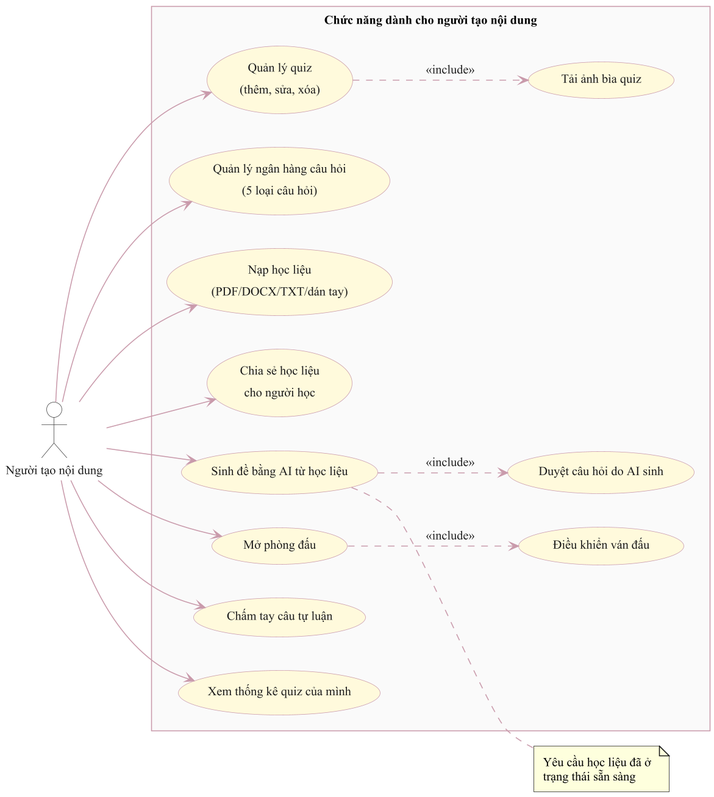
Above: bao-cao-datn/assets/hinh-2.4.png in NguyenDuc2004/QUIZ-TRIVIA (PlantUML), before the change. Source of this version:
```plantuml
@startuml

skinparam dpi 150
skinparam defaultFontName "Times New Roman"
skinparam defaultFontSize 13
skinparam shadowing false
skinparam roundCorner 0
skinparam ArrowColor #C99AAB
skinparam ArrowFontColor #202020
skinparam Padding 4
skinparam ParticipantPadding 18
skinparam BoxPadding 8
skinparam SequenceMessageAlign center
skinparam guillemet false

skinparam usecase {
  BackgroundColor #FFFADC
  BorderColor #C99AAB
  FontColor #1a1a1a
}
skinparam actor {
  BackgroundColor #FFFFFF
  BorderColor #404040
  FontColor #1a1a1a
}
skinparam rectangle {
  BackgroundColor #FAFAFA
  BorderColor #808080
}

skinparam sequence {
  ArrowColor #C99AAB
  ArrowThickness 1
  LifeLineBorderColor #C99AAB
  LifeLineBackgroundColor #FFFFFF
  ParticipantBackgroundColor #FFFADC
  ParticipantBorderColor #C99AAB
  ParticipantFontColor #1a1a1a
  ParticipantFontSize 12
  ActorBackgroundColor #FFFFFF
  ActorBorderColor #404040
  GroupBorderColor #C99AAB
  GroupBackgroundColor #FFF5F8
  BoxBorderColor #C99AAB
}

skinparam class {
  BackgroundColor #FFFADC
  BorderColor #C99AAB
  HeaderBackgroundColor #FFEFC4
  AttributeFontColor #1a1a1a
  FontColor #1a1a1a
  ArrowColor #C99AAB
  AttributeFontSize 12
  FontSize 13
}
skinparam stereotype {
  CBackgroundColor #FFF1A8
  CBorderColor #C99AAB
  EBackgroundColor #FFF1A8
  EBorderColor #C99AAB
  ABackgroundColor #FFF1A8
  ABorderColor #C99AAB
}

left to right direction
actor "Người tạo nội dung" as C
rectangle "Chức năng dành cho người tạo nội dung" {
  usecase "Quản lý quiz\n(thêm, sửa, xóa)" as U1
  usecase "Quản lý ngân hàng câu hỏi\n(5 loại câu hỏi)" as U2
  usecase "Tải ảnh bìa quiz" as U3
  usecase "Nạp học liệu\n(PDF/DOCX/TXT/dán tay)" as U4
  usecase "Chia sẻ học liệu\ncho người học" as U5
  usecase "Sinh đề bằng AI từ học liệu" as U6
  usecase "Duyệt câu hỏi do AI sinh" as U7
  usecase "Mở phòng đấu" as U8
  usecase "Điều khiển ván đấu" as U9
  usecase "Chấm tay câu tự luận" as U10
  usecase "Xem thống kê quiz của mình" as U11
}
C --> U1
C --> U2
C --> U4
C --> U5
C --> U6
C --> U8
C --> U10
C --> U11
U1 ..> U3 : <<include>>
U6 ..> U7 : <<include>>
U8 ..> U9 : <<include>>
note right of U6
  Yêu cầu học liệu đã ở
  trạng thái sẵn sàng
end note
@enduml
```
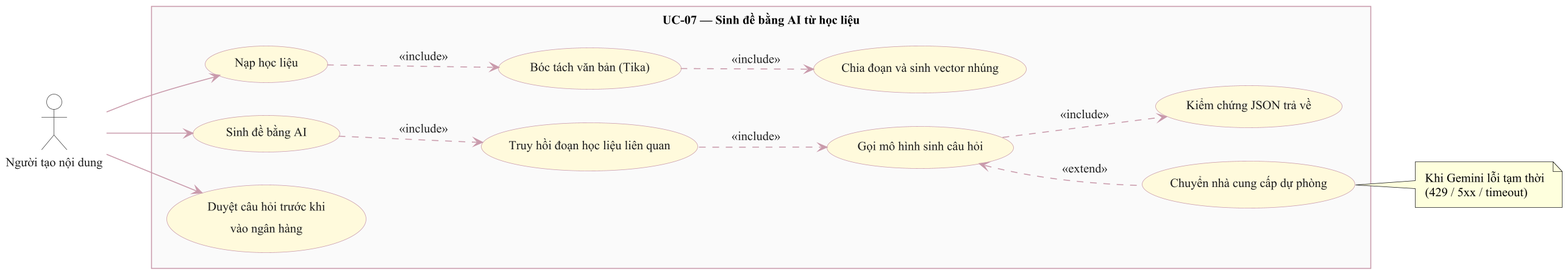
After the commit.

What changed in the source:
```diff
@@ -65,32 +65,28 @@
 
 left to right direction
 actor "Người tạo nội dung" as C
-rectangle "Chức năng dành cho người tạo nội dung" {
-  usecase "Quản lý quiz\n(thêm, sửa, xóa)" as U1
-  usecase "Quản lý ngân hàng câu hỏi\n(5 loại câu hỏi)" as U2
-  usecase "Tải ảnh bìa quiz" as U3
-  usecase "Nạp học liệu\n(PDF/DOCX/TXT/dán tay)" as U4
-  usecase "Chia sẻ học liệu\ncho người học" as U5
-  usecase "Sinh đề bằng AI từ học liệu" as U6
-  usecase "Duyệt câu hỏi do AI sinh" as U7
-  usecase "Mở phòng đấu" as U8
-  usecase "Điều khiển ván đấu" as U9
-  usecase "Chấm tay câu tự luận" as U10
-  usecase "Xem thống kê quiz của mình" as U11
+rectangle "UC-07 — Sinh đề bằng AI từ học liệu" {
+  usecase "Nạp học liệu" as U1
+  usecase "Bóc tách văn bản (Tika)" as U2
+  usecase "Chia đoạn và sinh vector nhúng" as U3
+  usecase "Sinh đề bằng AI" as U4
+  usecase "Truy hồi đoạn học liệu liên quan" as U5
+  usecase "Gọi mô hình sinh câu hỏi" as U6
+  usecase "Chuyển nhà cung cấp dự phòng" as U7
+  usecase "Kiểm chứng JSON trả về" as U8
+  usecase "Duyệt câu hỏi trước khi\nvào ngân hàng" as U9
 }
 C --> U1
-C --> U2
 C --> U4
-C --> U5
-C --> U6
-C --> U8
-C --> U10
-C --> U11
-U1 ..> U3 : <<include>>
-U6 ..> U7 : <<include>>
-U8 ..> U9 : <<include>>
-note right of U6
-  Yêu cầu học liệu đã ở
-  trạng thái sẵn sàng
+C --> U9
+U1 ..> U2 : <<include>>
+U2 ..> U3 : <<include>>
+U4 ..> U5 : <<include>>
+U5 ..> U6 : <<include>>
+U6 ..> U8 : <<include>>
+U7 .up.> U6 : <<extend>>
+note right of U7
+  Khi Gemini lỗi tạm thời
+  (429 / 5xx / timeout)
 end note
 @enduml
```
